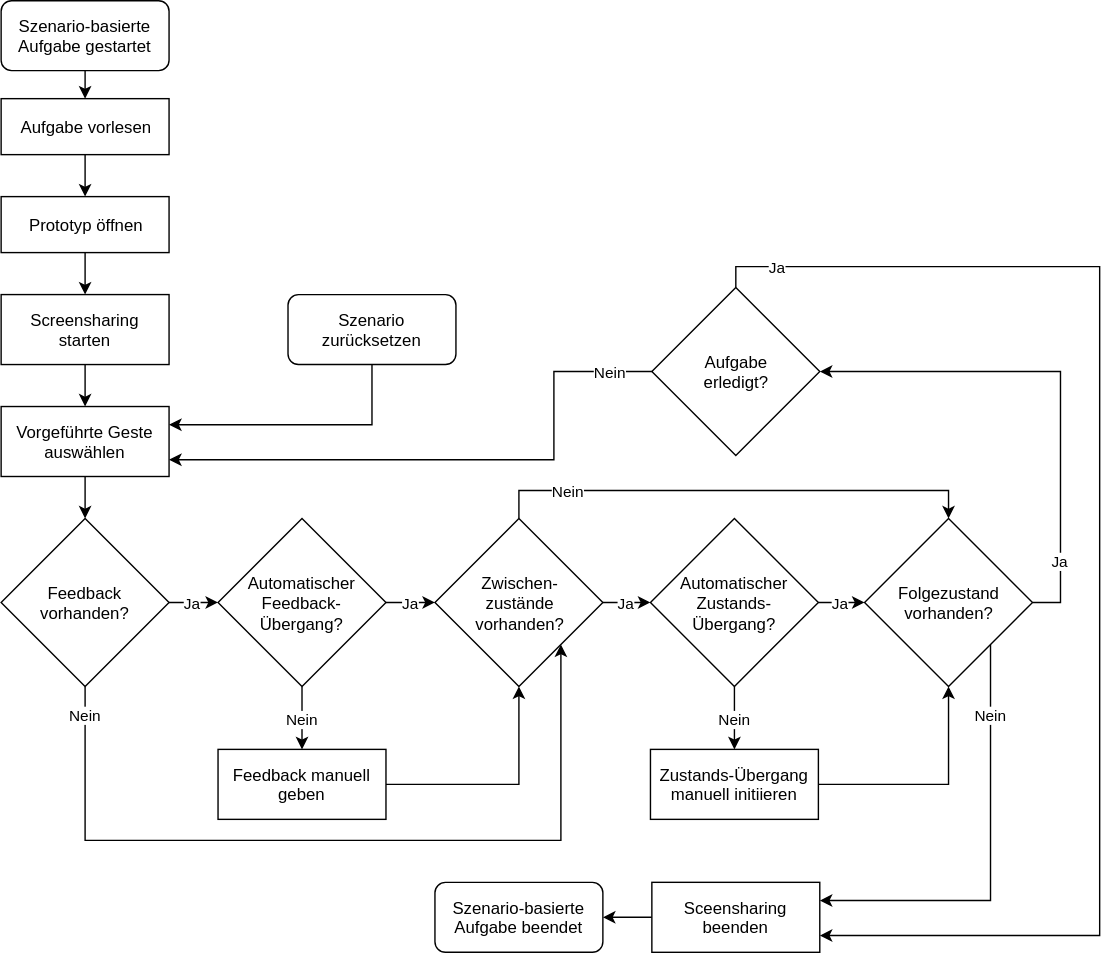
Above: img/de/introduction/study-preview/scenario.svg in danielkuenkel/gesturenote (draw.io), before the change. Source tidied: cells renumbered, new cells last; positions are measured from the earlier drawing's top-left corner, leaving out a move shared by most shapes.
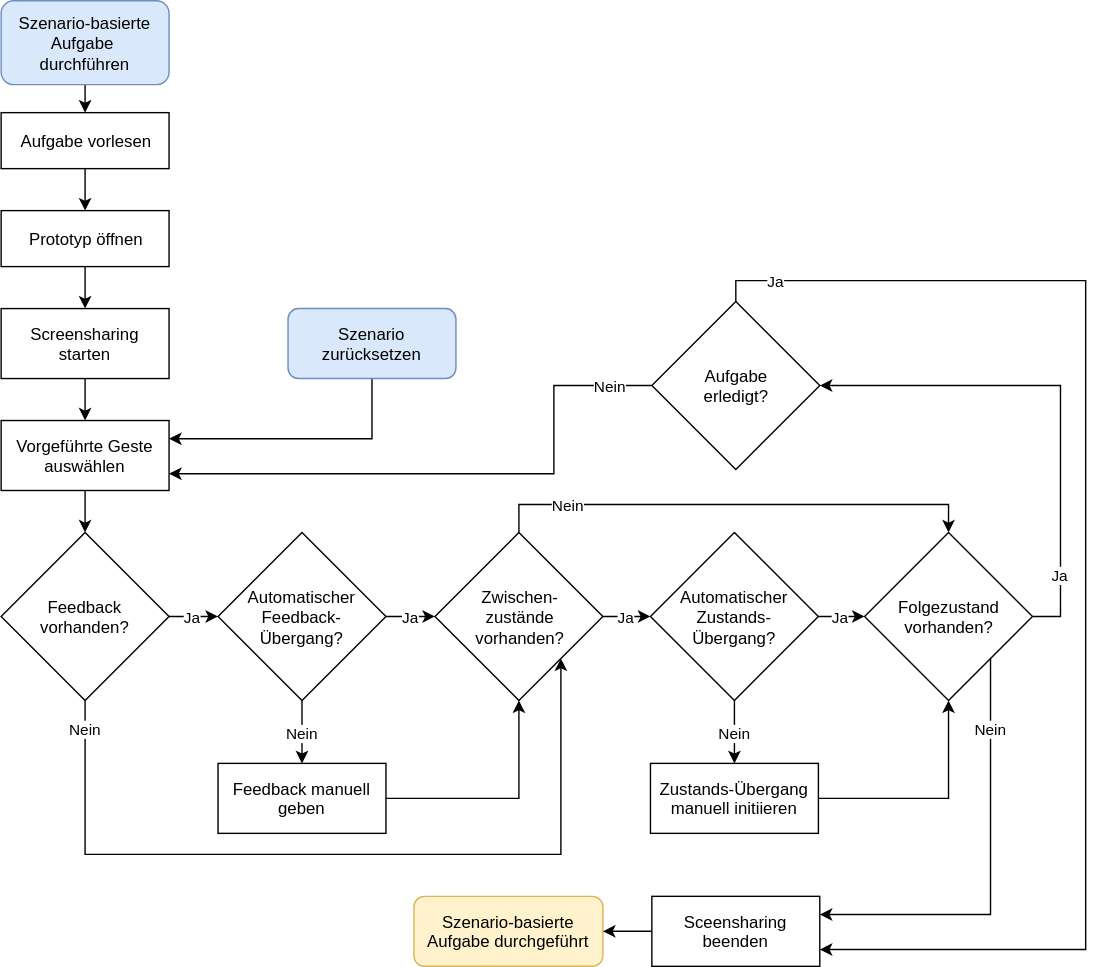
The same diagram one commit later.

The edit, as a diff of the source:
```diff
@@ -5,8 +5,8 @@
     <mxCell id="2" style="edgeStyle=orthogonalEdgeStyle;rounded=0;comic=0;html=1;exitX=0.5;exitY=1;entryX=0.5;entryY=0;shadow=0;jettySize=auto;" parent="1" edge="1" source="3" target="5">
       <mxGeometry relative="1" as="geometry" />
     </mxCell>
-    <mxCell id="3" value="Szenario-basierte Aufgabe gestartet" style="rounded=1;whiteSpace=wrap;html=1;" parent="1" vertex="1">
-      <mxGeometry width="120" height="50" as="geometry" />
+    <mxCell id="3" value="Szenario-basierte Aufgabe&amp;nbsp;&lt;div&gt;durchführen&lt;/div&gt;" style="rounded=1;whiteSpace=wrap;html=1;fillColor=#dae8fc;strokeColor=#6c8ebf;" parent="1" vertex="1">
+      <mxGeometry y="-10" width="120" height="60" as="geometry" />
     </mxCell>
     <mxCell id="4" style="edgeStyle=orthogonalEdgeStyle;rounded=0;comic=0;html=1;exitX=0.5;exitY=1;entryX=0.5;entryY=0;shadow=0;jettySize=auto;" parent="1" edge="1" source="5" target="7">
       <mxGeometry relative="1" as="geometry" />
@@ -20,8 +20,8 @@
     <mxCell id="7" value="Prototyp öffnen" style="rounded=0;whiteSpace=wrap;html=1;" parent="1" vertex="1">
       <mxGeometry y="140" width="120" height="40" as="geometry" />
     </mxCell>
-    <mxCell id="8" value="Szenario-basierte Aufgabe beendet" style="rounded=1;whiteSpace=wrap;html=1;" parent="1" vertex="1">
-      <mxGeometry x="310" y="630" width="120" height="50" as="geometry" />
+    <mxCell id="8" value="Szenario-basierte Aufgabe durchgeführt" style="rounded=1;whiteSpace=wrap;html=1;fillColor=#fff2cc;strokeColor=#d6b656;" parent="1" vertex="1">
+      <mxGeometry x="295" y="630" width="135" height="50" as="geometry" />
     </mxCell>
     <mxCell id="9" style="edgeStyle=orthogonalEdgeStyle;rounded=0;comic=0;html=1;exitX=0.5;exitY=1;entryX=0.5;entryY=0;shadow=0;jettySize=auto;" parent="1" edge="1" source="10" target="12">
       <mxGeometry relative="1" as="geometry" />
@@ -88,7 +88,7 @@
         </Array>
       </mxGeometry>
     </mxCell>
-    <mxCell id="26" value="Szenario zurücksetzen" style="rounded=1;whiteSpace=wrap;html=1;" parent="1" vertex="1">
+    <mxCell id="26" value="Szenario zurücksetzen" style="rounded=1;whiteSpace=wrap;html=1;fillColor=#dae8fc;strokeColor=#6c8ebf;" parent="1" vertex="1">
       <mxGeometry x="205" y="210" width="120" height="50" as="geometry" />
     </mxCell>
     <mxCell id="27" style="edgeStyle=orthogonalEdgeStyle;rounded=0;comic=0;html=1;entryX=1;entryY=0.5;shadow=0;jettySize=auto;" parent="1" edge="1" source="28" target="8">
@@ -139,8 +139,8 @@
       <mxGeometry x="-0.91" relative="1" as="geometry">
         <Array as="points">
           <mxPoint x="525" y="190" />
-          <mxPoint x="785" y="190" />
-          <mxPoint x="785" y="668" />
+          <mxPoint x="775" y="190" />
+          <mxPoint x="775" y="668" />
         </Array>
       </mxGeometry>
     </mxCell>
```
